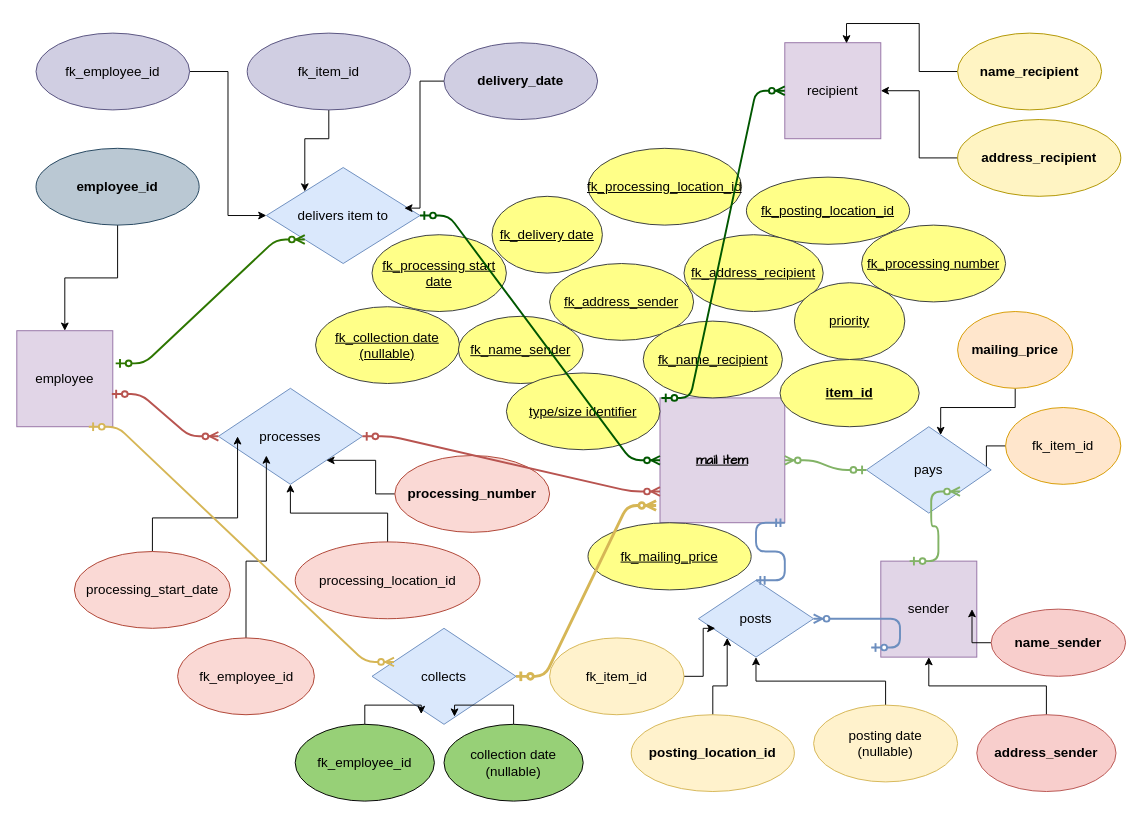
Above: database_development_CR09/ERdiagram_CR09.drawio in Carina20/CFLMS-Carina-CodeReview-09 (draw.io), before the change. Source tidied: cells renumbered, new cells numbered last; positions are measured from the earlier drawing's top-left corner, leaving out a move shared by most shapes. Both pictures are drawn from the tidied source at 96%, with x=0, y=0 at pixel (16, 33).
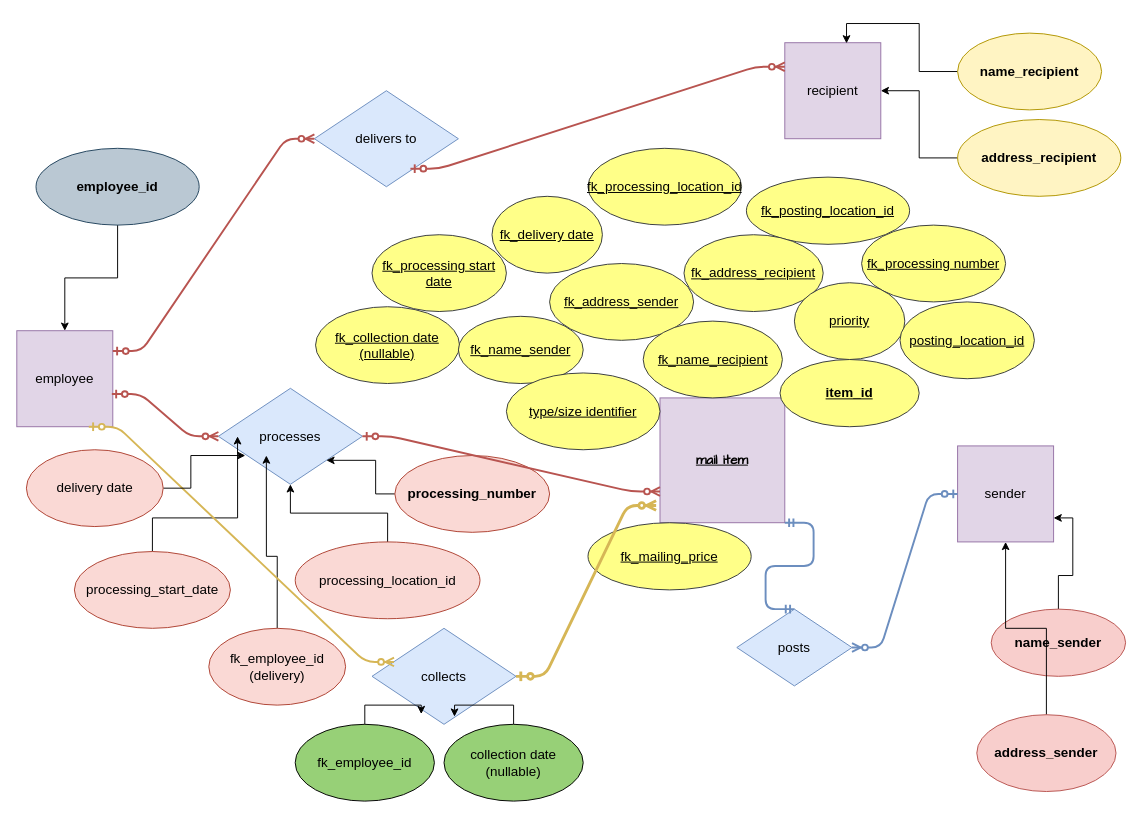
The same diagram, later.

The change refers to these unchanged cells:
```xml
<mxCell id="2" value="mail item" style="whiteSpace=wrap;html=1;fontSize=14;fillColor=#e1d5e7;strokeColor=#9673a6;fontFamily=Comic Sans MS;fontStyle=5;" parent="1" vertex="1">
  <mxGeometry x="670" y="380" width="130" height="130" as="geometry" />
</mxCell>
<mxCell id="3" value="employee" style="whiteSpace=wrap;html=1;fontSize=14;fillColor=#e1d5e7;strokeColor=#9673a6;" parent="1" vertex="1">
  <mxGeometry y="310" width="100" height="100" as="geometry" />
</mxCell>
<mxCell id="5" value="recipient" style="whiteSpace=wrap;html=1;fontSize=14;fillColor=#e1d5e7;strokeColor=#9673a6;" parent="1" vertex="1">
  <mxGeometry x="800" y="10" width="100" height="100" as="geometry" />
</mxCell>
<mxCell id="18" value="processes" style="rhombus;whiteSpace=wrap;html=1;fontSize=14;fillColor=#dae8fc;strokeColor=#6c8ebf;" parent="1" vertex="1">
  <mxGeometry x="210" y="370" width="150" height="100" as="geometry" />
</mxCell>
<mxCell id="25" value="name_sender" style="ellipse;whiteSpace=wrap;html=1;fontSize=14;fillColor=#f8cecc;strokeColor=#b85450;fontStyle=1;" parent="1" vertex="1">
  <mxGeometry x="1015" y="600" width="140" height="70" as="geometry" />
</mxCell>
```

What changed in the source:
```diff
@@
     <mxCell id="4" value="sender" style="whiteSpace=wrap;html=1;fontSize=14;fillColor=#e1d5e7;strokeColor=#9673a6;" parent="1" vertex="1">
-      <mxGeometry x="900" y="550" width="100" height="100" as="geometry" />
+      <mxGeometry x="980" y="430" width="100" height="100" as="geometry" />
     </mxCell>
@@
-    <mxCell id="6" style="edgeStyle=orthogonalEdgeStyle;rounded=0;jettySize=auto;html=1;entryX=0;entryY=0;entryDx=0;entryDy=0;fontSize=14;" parent="1" edge="1" source="7" target="19">
-      <mxGeometry relative="1" as="geometry" />
-    </mxCell>
-    <mxCell id="7" value="fk_item_id" style="ellipse;whiteSpace=wrap;html=1;fontSize=14;fillColor=#d0cee2;strokeColor=#56517e;" parent="1" vertex="1">
-      <mxGeometry x="240" width="170" height="80" as="geometry" />
-    </mxCell>
-    <mxCell id="8" style="edgeStyle=orthogonalEdgeStyle;rounded=0;jettySize=auto;html=1;entryX=0.595;entryY=0.096;entryDx=0;entryDy=0;entryPerimeter=0;fontSize=14;" parent="1" edge="1" source="9" target="16">
-      <mxGeometry relative="1" as="geometry" />
-    </mxCell>
-    <mxCell id="9" value="&lt;b&gt;mailing_price&lt;/b&gt;" style="ellipse;whiteSpace=wrap;html=1;fontSize=14;fillColor=#ffe6cc;strokeColor=#d79b00;" parent="1" vertex="1">
-      <mxGeometry x="980" y="290" width="120" height="80" as="geometry" />
-    </mxCell>
-    <mxCell id="10" style="edgeStyle=orthogonalEdgeStyle;rounded=0;jettySize=auto;html=1;exitX=0;exitY=0.5;exitDx=0;exitDy=0;fontSize=14;" parent="1" edge="1" source="11" target="16">
-      <mxGeometry relative="1" as="geometry" />
-    </mxCell>
-    <mxCell id="11" value="fk_item_id" style="ellipse;whiteSpace=wrap;html=1;fontSize=14;fillColor=#ffe6cc;strokeColor=#d79b00;" parent="1" vertex="1">
-      <mxGeometry x="1030" y="390" width="120" height="80" as="geometry" />
-    </mxCell>
@@
-    <mxCell id="16" value="pays" style="rhombus;whiteSpace=wrap;html=1;fontSize=14;fillColor=#dae8fc;strokeColor=#6c8ebf;" parent="1" vertex="1">
-      <mxGeometry x="885" y="410" width="130" height="90" as="geometry" />
-    </mxCell>
     <mxCell id="17" value="posts" style="rhombus;whiteSpace=wrap;html=1;fontSize=14;fillColor=#dae8fc;strokeColor=#6c8ebf;" parent="1" vertex="1">
-      <mxGeometry x="710" y="570" width="120" height="80" as="geometry" />
+      <mxGeometry x="750" y="600" width="120" height="80" as="geometry" />
     </mxCell>
@@
-    <mxCell id="19" value="delivers item to" style="rhombus;whiteSpace=wrap;html=1;fontSize=14;fillColor=#dae8fc;strokeColor=#6c8ebf;" parent="1" vertex="1">
-      <mxGeometry x="260" y="140" width="160" height="100" as="geometry" />
-    </mxCell>
@@
-    <mxCell id="22" style="edgeStyle=orthogonalEdgeStyle;rounded=0;jettySize=auto;html=1;entryX=0.147;entryY=0.625;entryDx=0;entryDy=0;entryPerimeter=0;fontSize=14;" parent="1" edge="1" source="23" target="17">
-      <mxGeometry relative="1" as="geometry" />
-    </mxCell>
-    <mxCell id="23" value="fk_item_id" style="ellipse;whiteSpace=wrap;html=1;fontSize=14;fillColor=#fff2cc;strokeColor=#d6b656;" parent="1" vertex="1">
-      <mxGeometry x="555" y="630" width="140" height="80" as="geometry" />
-    </mxCell>
-    <mxCell id="24" style="edgeStyle=orthogonalEdgeStyle;rounded=0;jettySize=auto;html=1;fontSize=14;" parent="1" edge="1" source="25" target="4">
+    <mxCell id="24" style="edgeStyle=orthogonalEdgeStyle;rounded=0;jettySize=auto;html=1;fontSize=14;entryX=1;entryY=0.75;entryDx=0;entryDy=0;" parent="1" edge="1" source="25" target="4">
       <mxGeometry relative="1" as="geometry" />
     </mxCell>
@@
-    <mxCell id="26" style="edgeStyle=orthogonalEdgeStyle;rounded=0;jettySize=auto;html=1;entryX=0.898;entryY=0.423;entryDx=0;entryDy=0;entryPerimeter=0;fontSize=14;fontColor=#000000;" parent="1" edge="1" source="27" target="19">
-      <mxGeometry relative="1" as="geometry">
-        <Array as="points">
-          <mxPoint x="420" y="50" />
-          <mxPoint x="420" y="182" />
-        </Array>
-      </mxGeometry>
-    </mxCell>
-    <mxCell id="27" value="&lt;b&gt;delivery_date&lt;/b&gt;" style="ellipse;whiteSpace=wrap;html=1;fontSize=14;fillColor=#d0cee2;strokeColor=#56517e;" parent="1" vertex="1">
-      <mxGeometry x="445" y="10" width="160" height="80" as="geometry" />
-    </mxCell>
-    <mxCell id="28" style="edgeStyle=orthogonalEdgeStyle;rounded=0;jettySize=auto;html=1;fontSize=14;" parent="1" edge="1" source="29" target="17">
-      <mxGeometry relative="1" as="geometry" />
-    </mxCell>
-    <mxCell id="29" value="posting date&lt;br&gt;(nullable)" style="ellipse;whiteSpace=wrap;html=1;fontSize=14;fillColor=#fff2cc;strokeColor=#d6b656;" parent="1" vertex="1">
-      <mxGeometry x="830" y="700" width="150" height="80" as="geometry" />
-    </mxCell>
-    <mxCell id="30" style="edgeStyle=orthogonalEdgeStyle;rounded=0;jettySize=auto;html=1;entryX=0;entryY=1;entryDx=0;entryDy=0;fontSize=14;" parent="1" edge="1" source="31" target="17">
-      <mxGeometry relative="1" as="geometry" />
-    </mxCell>
-    <mxCell id="31" value="&lt;b&gt;posting_location_id&lt;/b&gt;" style="ellipse;whiteSpace=wrap;html=1;fontSize=14;fillColor=#fff2cc;strokeColor=#d6b656;" parent="1" vertex="1">
-      <mxGeometry x="640" y="710" width="170" height="80" as="geometry" />
-    </mxCell>
-    <mxCell id="32" style="edgeStyle=orthogonalEdgeStyle;rounded=0;jettySize=auto;html=1;entryX=0;entryY=0.5;entryDx=0;entryDy=0;fontSize=14;" parent="1" edge="1" source="33" target="19">
-      <mxGeometry relative="1" as="geometry" />
-    </mxCell>
-    <mxCell id="33" value="fk_employee_id" style="ellipse;whiteSpace=wrap;html=1;fontSize=14;fillColor=#d0cee2;strokeColor=#56517e;" parent="1" vertex="1">
-      <mxGeometry x="20" width="160" height="80" as="geometry" />
-    </mxCell>
@@
-    <mxCell id="45" value="fk_employee_id" style="ellipse;whiteSpace=wrap;html=1;fontSize=14;fillColor=#fad9d5;strokeColor=#ae4132;" parent="1" vertex="1">
-      <mxGeometry x="167.5" y="630" width="142.5" height="80" as="geometry" />
+    <mxCell id="45" value="fk_employee_id&lt;br&gt;(delivery)" style="ellipse;whiteSpace=wrap;html=1;fontSize=14;fillColor=#fad9d5;strokeColor=#ae4132;" parent="1" vertex="1">
+      <mxGeometry x="200" y="620" width="142.5" height="80" as="geometry" />
     </mxCell>
@@
-    <mxCell id="64" style="edgeStyle=entityRelationEdgeStyle;fontSize=12;html=1;endArrow=ERzeroToMany;startArrow=ERzeroToOne;entryX=1;entryY=1;entryDx=0;entryDy=0;fillColor=#d5e8d4;strokeColor=#82b366;strokeWidth=2;" parent="1" edge="1" target="16">
-      <mxGeometry relative="1" as="geometry">
-        <mxPoint x="930" y="550" as="sourcePoint" />
-      </mxGeometry>
-    </mxCell>
-    <mxCell id="65" style="edgeStyle=entityRelationEdgeStyle;fontSize=12;html=1;endArrow=ERzeroToMany;startArrow=ERzeroToOne;exitX=0;exitY=0.5;exitDx=0;exitDy=0;fillColor=#d5e8d4;strokeColor=#82b366;strokeWidth=2;" parent="1" edge="1" source="16" target="2">
-      <mxGeometry relative="1" as="geometry" />
-    </mxCell>
-    <mxCell id="66" style="edgeStyle=entityRelationEdgeStyle;fontSize=12;html=1;endArrow=ERzeroToMany;startArrow=ERzeroToOne;fillColor=#dae8fc;strokeColor=#6c8ebf;strokeWidth=2;" parent="1" edge="1" target="17">
-      <mxGeometry relative="1" as="geometry">
-        <mxPoint x="890" y="640" as="sourcePoint" />
-      </mxGeometry>
+    <mxCell id="66" style="edgeStyle=entityRelationEdgeStyle;fontSize=12;html=1;endArrow=ERzeroToMany;startArrow=ERzeroToOne;fillColor=#dae8fc;strokeColor=#6c8ebf;strokeWidth=2;" parent="1" edge="1" source="4" target="17">
+      <mxGeometry relative="1" as="geometry" />
     </mxCell>
@@
-    <mxCell id="69" style="edgeStyle=entityRelationEdgeStyle;fontSize=12;html=1;endArrow=ERzeroToMany;startArrow=ERzeroToOne;entryX=0;entryY=1;entryDx=0;entryDy=0;exitX=1.03;exitY=0.34;exitDx=0;exitDy=0;exitPerimeter=0;fillColor=#60a917;strokeColor=#2D7600;strokeWidth=2;" parent="1" edge="1" source="3" target="19">
-      <mxGeometry relative="1" as="geometry" />
-    </mxCell>
-    <mxCell id="70" style="edgeStyle=entityRelationEdgeStyle;fontSize=12;html=1;endArrow=ERzeroToMany;startArrow=ERzeroToOne;exitX=1;exitY=0.5;exitDx=0;exitDy=0;fillColor=#008a00;strokeColor=#005700;strokeWidth=2;" parent="1" edge="1" source="19" target="2">
-      <mxGeometry relative="1" as="geometry" />
-    </mxCell>
-    <mxCell id="71" style="edgeStyle=entityRelationEdgeStyle;fontSize=12;html=1;endArrow=ERzeroToMany;startArrow=ERzeroToOne;exitX=1.03;exitY=0.34;exitDx=0;exitDy=0;exitPerimeter=0;fillColor=#008a00;strokeColor=#005700;strokeWidth=2;" parent="1" edge="1" target="5">
-      <mxGeometry relative="1" as="geometry">
-        <mxPoint x="671.5" y="380" as="sourcePoint" />
-      </mxGeometry>
-    </mxCell>
@@
+    <mxCell id="74" style="edgeStyle=orthogonalEdgeStyle;rounded=0;jettySize=auto;html=1;entryX=0.187;entryY=0.7;entryDx=0;entryDy=0;entryPerimeter=0;" parent="1" edge="1" source="75" target="18">
+      <mxGeometry relative="1" as="geometry" />
+    </mxCell>
+    <mxCell id="75" value="delivery date" style="ellipse;whiteSpace=wrap;html=1;fontSize=14;fillColor=#fad9d5;strokeColor=#ae4132;" parent="1" vertex="1">
+      <mxGeometry x="10" y="434" width="142.5" height="80" as="geometry" />
+    </mxCell>
+    <mxCell id="76" value="delivers to" style="rhombus;whiteSpace=wrap;html=1;fontSize=14;fillColor=#dae8fc;strokeColor=#6c8ebf;" parent="1" vertex="1">
+      <mxGeometry x="310" y="60" width="150" height="100" as="geometry" />
+    </mxCell>
+    <mxCell id="77" style="edgeStyle=entityRelationEdgeStyle;fontSize=12;html=1;endArrow=ERzeroToMany;startArrow=ERzeroToOne;exitX=1;exitY=0.5;exitDx=0;exitDy=0;fillColor=#f8cecc;strokeColor=#b85450;strokeWidth=2;" parent="1" edge="1" target="76">
+      <mxGeometry relative="1" as="geometry">
+        <mxPoint x="100" y="331.2" as="sourcePoint" />
+      </mxGeometry>
+    </mxCell>
+    <mxCell id="78" style="edgeStyle=entityRelationEdgeStyle;fontSize=12;html=1;endArrow=ERzeroToMany;startArrow=ERzeroToOne;exitX=1;exitY=0.5;exitDx=0;exitDy=0;fillColor=#f8cecc;strokeColor=#b85450;strokeWidth=2;entryX=0;entryY=0.25;entryDx=0;entryDy=0;" parent="1" edge="1" target="5">
+      <mxGeometry relative="1" as="geometry">
+        <mxPoint x="410" y="141.2" as="sourcePoint" />
+      </mxGeometry>
+    </mxCell>
+    <mxCell id="31" value="posting_location_id" style="ellipse;whiteSpace=wrap;html=1;fontSize=14;fillColor=#ffff88;strokeColor=#36393d;fontStyle=4;" parent="1" vertex="1">
+      <mxGeometry x="920" y="280" width="140" height="80" as="geometry" />
+    </mxCell>
```
